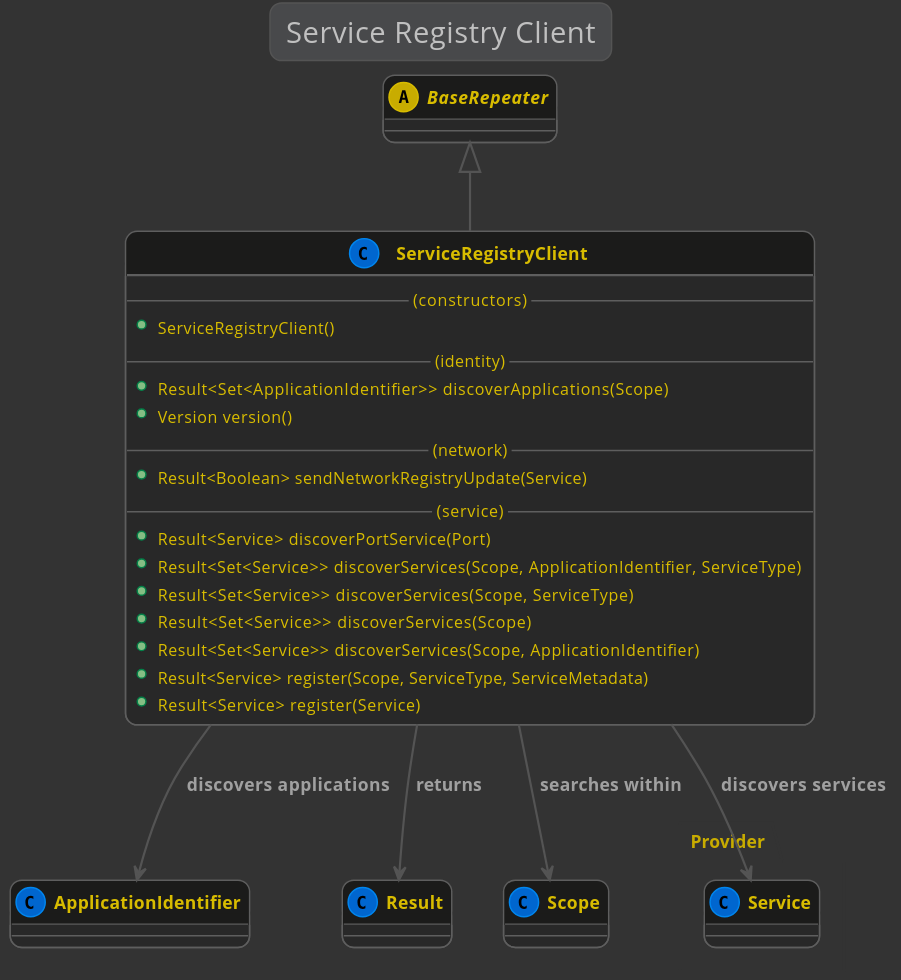
Before: kivakit-service/client/documentation/diagrams/diagram-client.svg, a diagram exported from PlantUML (Telenav/kivakit).
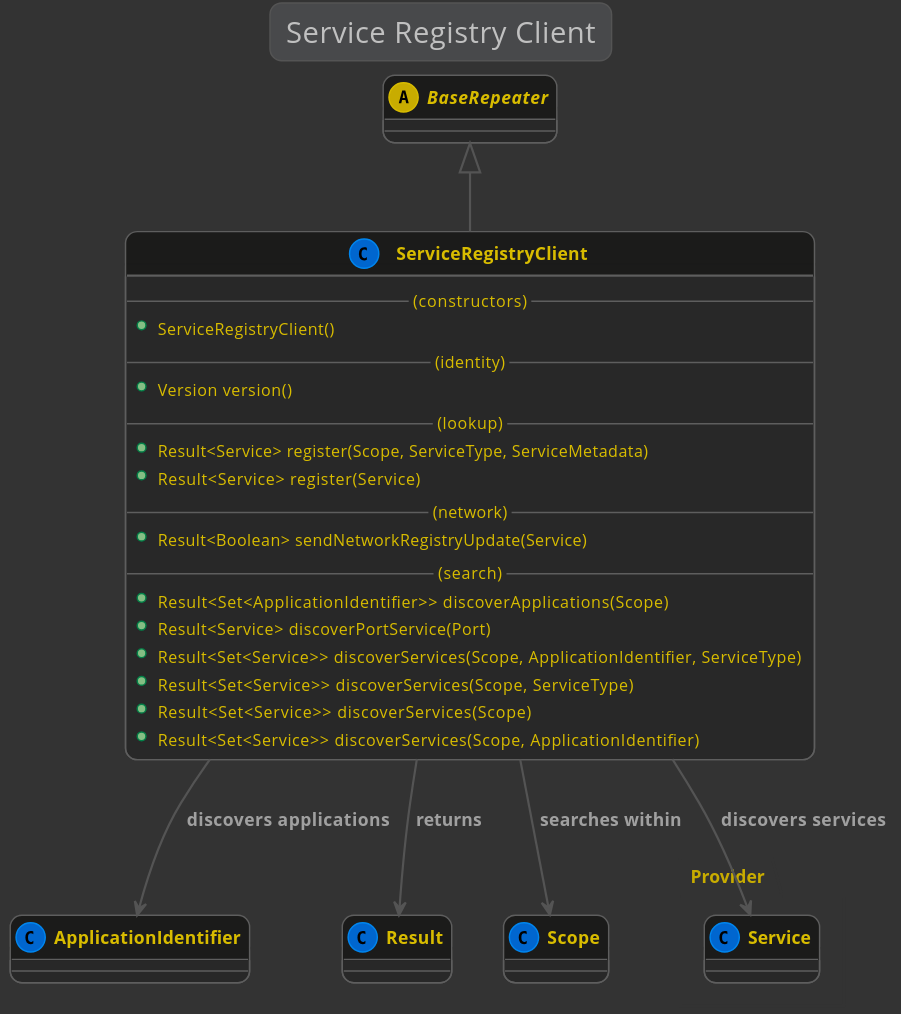
After the commit.

What changed in the source:
```diff
@@ -16,18 +16,19 @@
         --(constructors)--
         +ServiceRegistryClient()
         --(identity)--
-        +Result<Set<ApplicationIdentifier>> discoverApplications(Scope)
         +Version version()
+        --(lookup)--
+        +Result<Service> register(Scope, ServiceType, ServiceMetadata)
+        +Result<Service> register(Service)
         --(network)--
         +Result<Boolean> sendNetworkRegistryUpdate(Service)
-        --(service)--
+        --(search)--
+        +Result<Set<ApplicationIdentifier>> discoverApplications(Scope)
         +Result<Service> discoverPortService(Port)
         +Result<Set<Service>> discoverServices(Scope, ApplicationIdentifier, ServiceType)
         +Result<Set<Service>> discoverServices(Scope, ServiceType)
         +Result<Set<Service>> discoverServices(Scope)
         +Result<Set<Service>> discoverServices(Scope, ApplicationIdentifier)
-        +Result<Service> register(Scope, ServiceType, ServiceMetadata)
-        +Result<Service> register(Service)
     }
 
 @enduml
```
